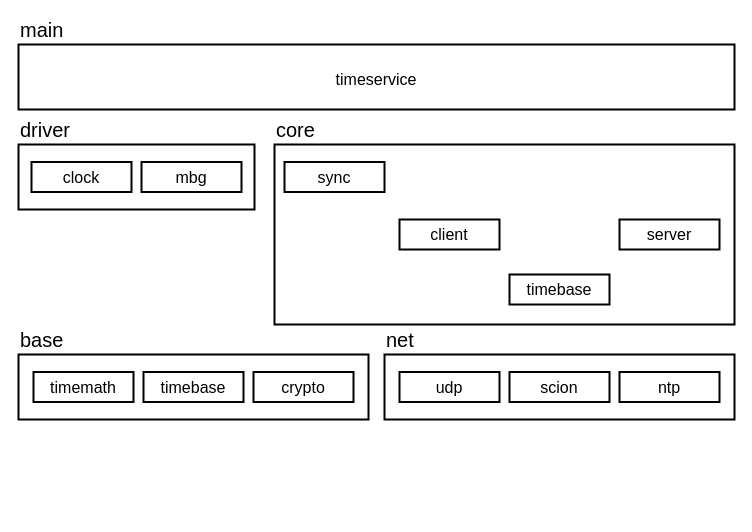
Above: doc/packages.drawio in sapopovic/scion-time (draw.io), before the change. Source tidied: cells renumbered, new cells numbered last; positions are measured from the earlier drawing's top-left corner, leaving out a move shared by most shapes. Both pictures are drawn from the tidied source at 100%, with x=0, y=0 at pixel (18, 44).
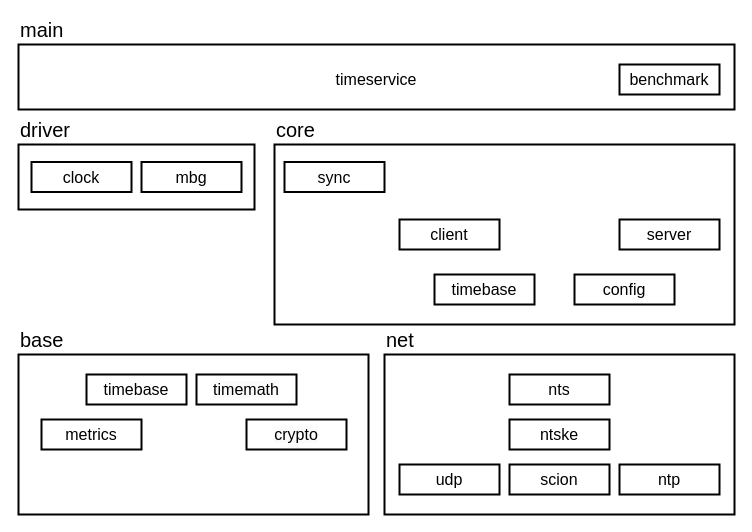
After the change.

Commit message (it also covers changes not shown here):
Update packages diagram

Diff of the diagram source:
```diff
@@
-    <mxCell id="5" style="group;" parent="1" vertex="1">
-      <mxGeometry y="310" width="350" height="65" as="geometry" />
-    </mxCell>
-    <mxCell id="6" value="base" style="rounded=0;whiteSpace=wrap;html=1;labelBackgroundColor=none;labelPosition=center;verticalLabelPosition=top;align=left;verticalAlign=bottom;fontSize=20;strokeWidth=2;fillColor=none;" parent="5" vertex="1">
-      <mxGeometry width="350" height="65" as="geometry" />
-    </mxCell>
-    <mxCell id="7" value="timemath" style="text;html=1;fillColor=none;align=center;verticalAlign=middle;whiteSpace=wrap;rounded=0;strokeWidth=2;fontSize=16;labelBackgroundColor=none;strokeColor=default;" parent="5" vertex="1">
-      <mxGeometry x="15" y="17.5" width="100" height="30" as="geometry" />
-    </mxCell>
-    <mxCell id="8" value="timebase" style="text;html=1;fillColor=none;align=center;verticalAlign=middle;whiteSpace=wrap;rounded=0;strokeWidth=2;fontSize=16;labelBackgroundColor=none;strokeColor=default;" parent="5" vertex="1">
-      <mxGeometry x="125" y="17.5" width="100" height="30" as="geometry" />
-    </mxCell>
-    <mxCell id="9" value="crypto" style="text;html=1;fillColor=none;align=center;verticalAlign=middle;whiteSpace=wrap;rounded=0;strokeWidth=2;fontSize=16;labelBackgroundColor=none;strokeColor=default;" parent="5" vertex="1">
-      <mxGeometry x="235" y="17.5" width="100" height="30" as="geometry" />
-    </mxCell>
@@
     <mxCell id="11" value="timebase" style="text;html=1;fillColor=none;align=center;verticalAlign=middle;whiteSpace=wrap;rounded=0;strokeWidth=2;fontSize=16;labelBackgroundColor=none;strokeColor=default;" parent="1" vertex="1">
-      <mxGeometry x="491" y="230" width="100" height="30" as="geometry" />
+      <mxGeometry x="416" y="230" width="100" height="30" as="geometry" />
     </mxCell>
@@
     <mxCell id="13" value="net" style="rounded=0;whiteSpace=wrap;html=1;labelBackgroundColor=none;labelPosition=center;verticalLabelPosition=top;align=left;verticalAlign=bottom;fontSize=20;strokeWidth=2;fillColor=none;" parent="1" vertex="1">
-      <mxGeometry x="366" y="310" width="350" height="65" as="geometry" />
+      <mxGeometry x="366" y="310" width="350" height="160" as="geometry" />
     </mxCell>
     <mxCell id="14" value="udp" style="text;html=1;fillColor=none;align=center;verticalAlign=middle;whiteSpace=wrap;rounded=0;strokeWidth=2;fontSize=16;labelBackgroundColor=none;strokeColor=default;" parent="1" vertex="1">
-      <mxGeometry x="381" y="327.5" width="100" height="30" as="geometry" />
+      <mxGeometry x="381" y="420" width="100" height="30" as="geometry" />
     </mxCell>
     <mxCell id="15" value="scion" style="text;html=1;fillColor=none;align=center;verticalAlign=middle;whiteSpace=wrap;rounded=0;strokeWidth=2;fontSize=16;labelBackgroundColor=none;strokeColor=default;" parent="1" vertex="1">
-      <mxGeometry x="491" y="327.5" width="100" height="30" as="geometry" />
+      <mxGeometry x="491" y="420" width="100" height="30" as="geometry" />
     </mxCell>
     <mxCell id="16" value="ntp" style="text;html=1;fillColor=none;align=center;verticalAlign=middle;whiteSpace=wrap;rounded=0;strokeWidth=2;fontSize=16;labelBackgroundColor=none;strokeColor=default;" parent="1" vertex="1">
-      <mxGeometry x="601" y="327.5" width="100" height="30" as="geometry" />
+      <mxGeometry x="601" y="420" width="100" height="30" as="geometry" />
     </mxCell>
@@
+    <mxCell id="6" value="base" style="rounded=0;whiteSpace=wrap;html=1;labelBackgroundColor=none;labelPosition=center;verticalLabelPosition=top;align=left;verticalAlign=bottom;fontSize=20;strokeWidth=2;fillColor=none;" parent="1" vertex="1">
+      <mxGeometry y="310" width="350" height="160" as="geometry" />
+    </mxCell>
+    <mxCell id="7" value="timebase" style="text;html=1;fillColor=none;align=center;verticalAlign=middle;whiteSpace=wrap;rounded=0;strokeWidth=2;fontSize=16;labelBackgroundColor=none;strokeColor=default;" parent="1" vertex="1">
+      <mxGeometry x="68" y="330" width="100" height="30" as="geometry" />
+    </mxCell>
+    <mxCell id="8" value="&lt;span style=&quot;caret-color: rgb(0, 0, 0); color: rgb(0, 0, 0); font-family: Helvetica; font-size: 16px; font-style: normal; font-variant-caps: normal; font-weight: 400; letter-spacing: normal; text-align: center; text-indent: 0px; text-transform: none; word-spacing: 0px; -webkit-text-stroke-width: 0px; background-color: rgb(251, 251, 251); text-decoration: none; float: none; display: inline !important;&quot;&gt;timemath&lt;/span&gt;" style="text;html=1;fillColor=none;align=center;verticalAlign=middle;whiteSpace=wrap;rounded=0;strokeWidth=2;fontSize=16;labelBackgroundColor=none;strokeColor=default;" parent="1" vertex="1">
+      <mxGeometry x="178" y="330" width="100" height="30" as="geometry" />
+    </mxCell>
+    <mxCell id="9" value="metrics" style="text;html=1;fillColor=none;align=center;verticalAlign=middle;whiteSpace=wrap;rounded=0;strokeWidth=2;fontSize=16;labelBackgroundColor=none;strokeColor=default;" parent="1" vertex="1">
+      <mxGeometry x="23" y="375" width="100" height="30" as="geometry" />
+    </mxCell>
+    <mxCell id="21" value="&lt;span style=&quot;caret-color: rgb(0, 0, 0); color: rgb(0, 0, 0); font-family: Helvetica; font-size: 16px; font-style: normal; font-variant-caps: normal; font-weight: 400; letter-spacing: normal; text-align: center; text-indent: 0px; text-transform: none; word-spacing: 0px; -webkit-text-stroke-width: 0px; background-color: rgb(251, 251, 251); text-decoration: none; float: none; display: inline !important;&quot;&gt;crypto&lt;/span&gt;" style="text;html=1;fillColor=none;align=center;verticalAlign=middle;whiteSpace=wrap;rounded=0;strokeWidth=2;fontSize=16;labelBackgroundColor=none;strokeColor=default;" parent="1" vertex="1">
+      <mxGeometry x="228" y="375" width="100" height="30" as="geometry" />
+    </mxCell>
+    <mxCell id="22" value="ntske" style="text;html=1;fillColor=none;align=center;verticalAlign=middle;whiteSpace=wrap;rounded=0;strokeWidth=2;fontSize=16;labelBackgroundColor=none;strokeColor=default;" parent="1" vertex="1">
+      <mxGeometry x="491" y="375" width="100" height="30" as="geometry" />
+    </mxCell>
+    <mxCell id="23" value="nts" style="text;html=1;fillColor=none;align=center;verticalAlign=middle;whiteSpace=wrap;rounded=0;strokeWidth=2;fontSize=16;labelBackgroundColor=none;strokeColor=default;" parent="1" vertex="1">
+      <mxGeometry x="491" y="330" width="100" height="30" as="geometry" />
+    </mxCell>
+    <mxCell id="24" value="benchmark" style="text;html=1;fillColor=none;align=center;verticalAlign=middle;whiteSpace=wrap;rounded=0;strokeWidth=2;fontSize=16;labelBackgroundColor=none;strokeColor=default;" parent="1" vertex="1">
+      <mxGeometry x="601" y="20" width="100" height="30" as="geometry" />
+    </mxCell>
+    <mxCell id="25" value="config" style="text;html=1;fillColor=none;align=center;verticalAlign=middle;whiteSpace=wrap;rounded=0;strokeWidth=2;fontSize=16;labelBackgroundColor=none;strokeColor=default;" parent="1" vertex="1">
+      <mxGeometry x="556" y="230" width="100" height="30" as="geometry" />
+    </mxCell>
```
